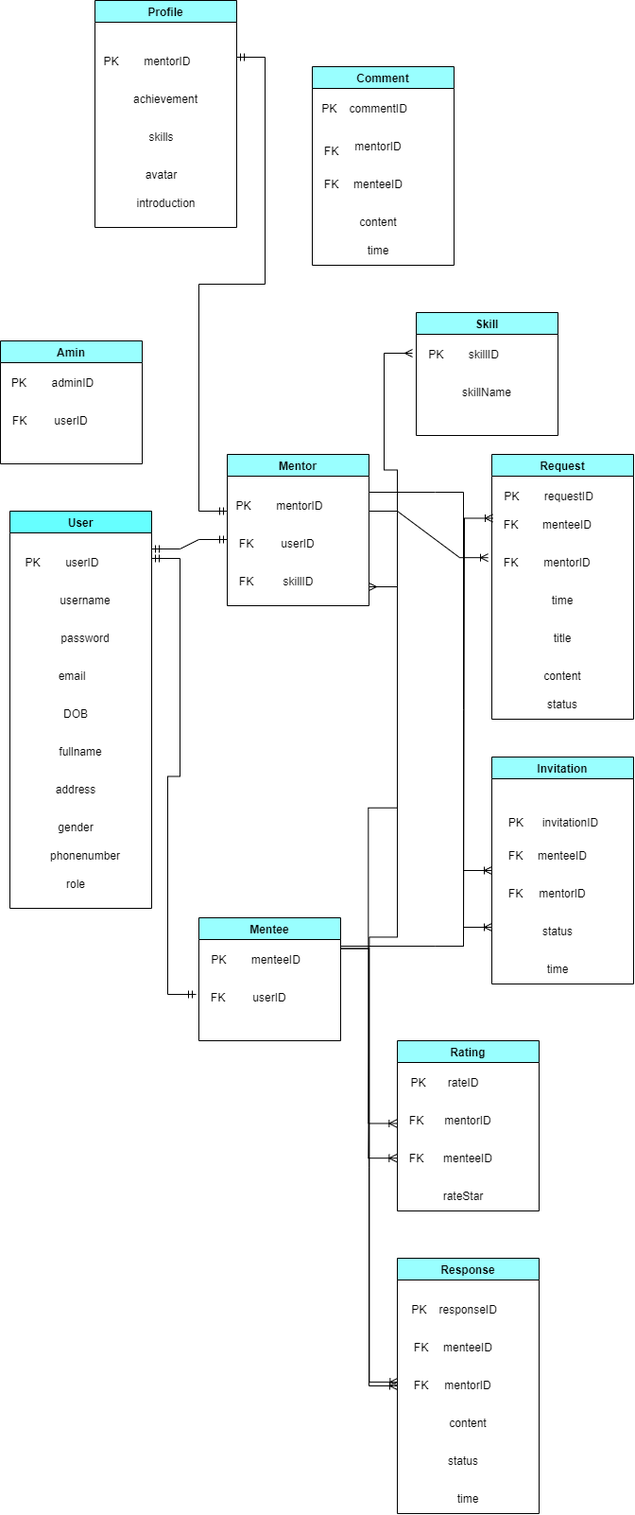
The draw.io diagram HappyProgramming_DB.drawio.png in dungdt23/SWP391_Document, before a commit. Source tidied: cells renumbered, new cells last; positions are measured from the earlier drawing's top-left corner, leaving out a move shared by most shapes.
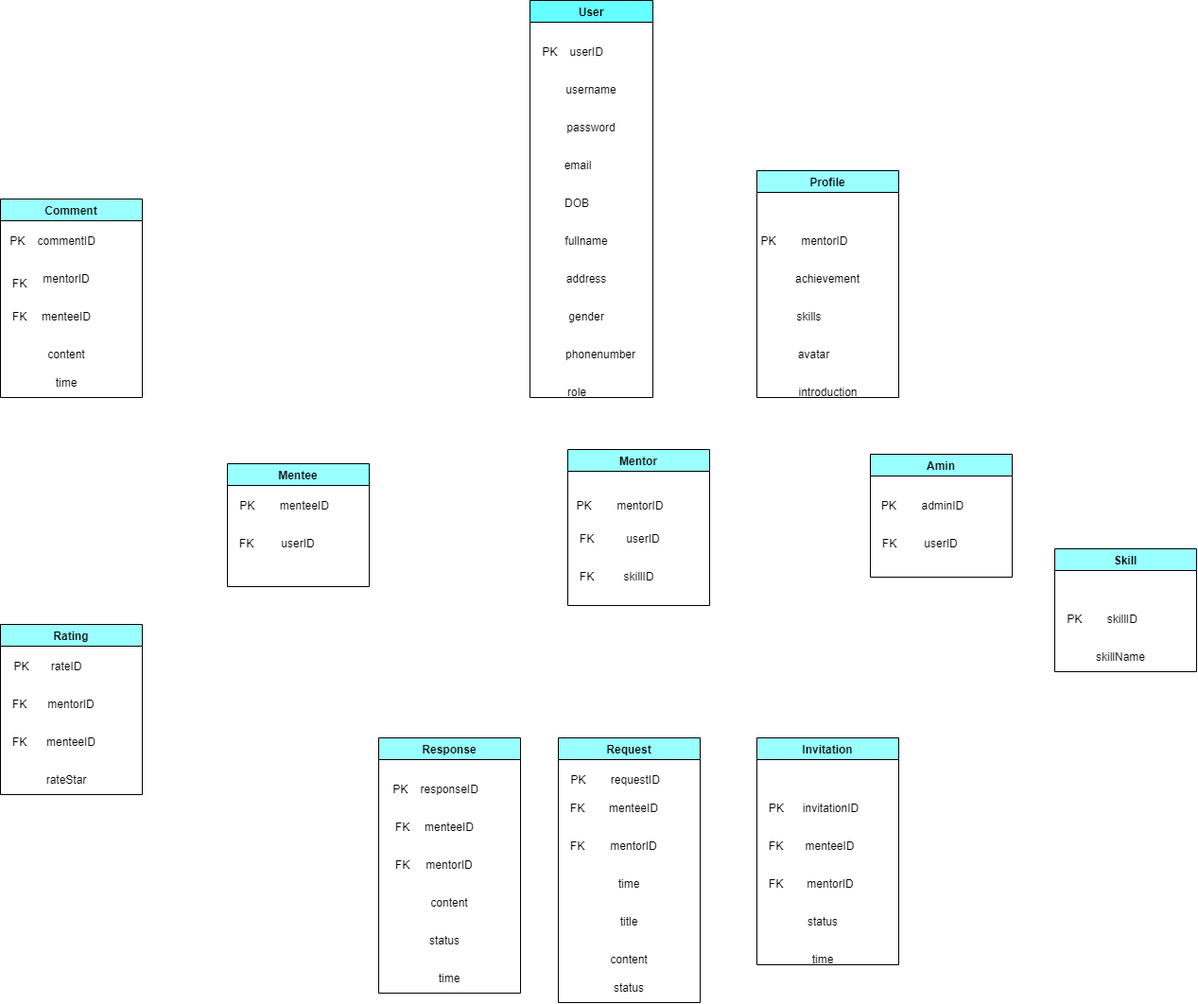
The same diagram one commit later.

The edit, as a diff of the source:
```diff
@@ -3,52 +3,52 @@
     <mxCell id="0" />
     <mxCell id="1" parent="0" />
     <mxCell id="2" value="User" style="swimlane;fillColor=#66FFFF;" parent="1" vertex="1">
-      <mxGeometry x="10" y="540" width="150" height="420" as="geometry" />
+      <mxGeometry x="280" y="-260" width="130" height="420" as="geometry" />
     </mxCell>
-    <mxCell id="3" value="PK&amp;nbsp;&amp;nbsp;&amp;nbsp;&amp;nbsp;&amp;nbsp;&amp;nbsp;&amp;nbsp; userID" style="text;html=1;align=center;verticalAlign=middle;strokeColor=none;fillColor=none;" parent="2" vertex="1">
-      <mxGeometry x="5" y="40" width="100" height="30" as="geometry" />
+    <mxCell id="3" value="PK&amp;nbsp; &amp;nbsp; userID" style="text;html=1;align=center;verticalAlign=middle;strokeColor=none;fillColor=none;" parent="2" vertex="1">
+      <mxGeometry y="40" width="90" height="30" as="geometry" />
     </mxCell>
     <mxCell id="4" value="username" style="text;html=1;strokeColor=none;fillColor=none;align=center;verticalAlign=middle;whiteSpace=wrap;rounded=0;" parent="2" vertex="1">
-      <mxGeometry x="50" y="80" width="60" height="30" as="geometry" />
+      <mxGeometry x="30" y="80" width="70" height="30" as="geometry" />
     </mxCell>
     <mxCell id="5" value="password" style="text;html=1;strokeColor=none;fillColor=none;align=center;verticalAlign=middle;whiteSpace=wrap;rounded=0;" parent="2" vertex="1">
-      <mxGeometry x="50" y="120" width="60" height="30" as="geometry" />
+      <mxGeometry x="30" y="120" width="70" height="30" as="geometry" />
     </mxCell>
     <mxCell id="6" value="&amp;nbsp;email&lt;span style=&quot;white-space: pre;&quot;&gt;&#9;&lt;/span&gt;" style="text;html=1;strokeColor=none;fillColor=none;align=center;verticalAlign=middle;whiteSpace=wrap;rounded=0;" parent="2" vertex="1">
-      <mxGeometry x="45" y="160" width="60" height="30" as="geometry" />
+      <mxGeometry x="30" y="160" width="60" height="30" as="geometry" />
     </mxCell>
     <mxCell id="7" value="DOB" style="text;html=1;strokeColor=none;fillColor=none;align=center;verticalAlign=middle;whiteSpace=wrap;rounded=0;" parent="2" vertex="1">
-      <mxGeometry x="40" y="200" width="60" height="30" as="geometry" />
+      <mxGeometry x="20" y="200" width="60" height="30" as="geometry" />
     </mxCell>
     <mxCell id="8" value="fullname" style="text;html=1;strokeColor=none;fillColor=none;align=center;verticalAlign=middle;whiteSpace=wrap;rounded=0;" parent="2" vertex="1">
-      <mxGeometry x="45" y="240" width="60" height="30" as="geometry" />
+      <mxGeometry x="30" y="240" width="60" height="30" as="geometry" />
     </mxCell>
     <mxCell id="9" value="address" style="text;html=1;strokeColor=none;fillColor=none;align=center;verticalAlign=middle;whiteSpace=wrap;rounded=0;" parent="2" vertex="1">
-      <mxGeometry x="40" y="280" width="60" height="30" as="geometry" />
+      <mxGeometry x="30" y="280" width="60" height="30" as="geometry" />
     </mxCell>
     <mxCell id="10" value="gender" style="text;html=1;strokeColor=none;fillColor=none;align=center;verticalAlign=middle;whiteSpace=wrap;rounded=0;" parent="2" vertex="1">
-      <mxGeometry x="40" y="320" width="60" height="30" as="geometry" />
+      <mxGeometry x="30" y="320" width="60" height="30" as="geometry" />
     </mxCell>
     <mxCell id="11" value="phonenumber" style="text;html=1;strokeColor=none;fillColor=none;align=center;verticalAlign=middle;whiteSpace=wrap;rounded=0;" parent="2" vertex="1">
-      <mxGeometry x="50" y="350" width="60" height="30" as="geometry" />
+      <mxGeometry x="45" y="360" width="60" height="30" as="geometry" />
     </mxCell>
     <mxCell id="12" value="role" style="text;html=1;strokeColor=none;fillColor=none;align=center;verticalAlign=middle;whiteSpace=wrap;rounded=0;" parent="2" vertex="1">
-      <mxGeometry x="40" y="380" width="60" height="30" as="geometry" />
+      <mxGeometry x="20" y="400" width="60" height="30" as="geometry" />
     </mxCell>
     <mxCell id="13" value="Amin" style="swimlane;fillColor=#99FFFF;" parent="1" vertex="1">
-      <mxGeometry y="360" width="150" height="130" as="geometry" />
+      <mxGeometry x="640" y="220" width="150" height="130" as="geometry" />
     </mxCell>
     <mxCell id="14" value="PK&amp;nbsp;&amp;nbsp;&amp;nbsp;&amp;nbsp;&amp;nbsp;&amp;nbsp;&amp;nbsp; adminID" style="text;html=1;align=center;verticalAlign=middle;strokeColor=none;fillColor=none;" parent="13" vertex="1">
-      <mxGeometry y="30" width="110" height="30" as="geometry" />
+      <mxGeometry y="40" width="110" height="30" as="geometry" />
     </mxCell>
     <mxCell id="15" value="userID" style="text;html=1;strokeColor=none;fillColor=none;align=center;verticalAlign=middle;whiteSpace=wrap;rounded=0;" parent="13" vertex="1">
-      <mxGeometry x="45" y="70" width="60" height="30" as="geometry" />
+      <mxGeometry x="45" y="80" width="60" height="30" as="geometry" />
     </mxCell>
     <mxCell id="16" value="FK" style="text;html=1;align=center;verticalAlign=middle;strokeColor=none;fillColor=none;" parent="13" vertex="1">
-      <mxGeometry y="70" width="40" height="30" as="geometry" />
+      <mxGeometry y="80" width="40" height="30" as="geometry" />
     </mxCell>
     <mxCell id="17" value="Mentee" style="swimlane;fillColor=#99FFFF;" parent="1" vertex="1">
-      <mxGeometry x="210" y="970" width="150" height="130" as="geometry" />
+      <mxGeometry x="-40" y="230" width="150" height="130" as="geometry" />
     </mxCell>
     <mxCell id="18" value="PK&amp;nbsp;&amp;nbsp;&amp;nbsp;&amp;nbsp;&amp;nbsp;&amp;nbsp;&amp;nbsp; menteeID" style="text;html=1;align=center;verticalAlign=middle;strokeColor=none;fillColor=none;" parent="17" vertex="1">
       <mxGeometry y="30" width="120" height="30" as="geometry" />
@@ -60,13 +60,13 @@
       <mxGeometry y="70" width="40" height="30" as="geometry" />
     </mxCell>
     <mxCell id="21" value="Mentor" style="swimlane;fillColor=#99FFFF;" parent="1" vertex="1">
-      <mxGeometry x="240" y="480" width="150" height="160" as="geometry" />
+      <mxGeometry x="320" y="215" width="150" height="165" as="geometry" />
     </mxCell>
     <mxCell id="22" value="PK&amp;nbsp;&amp;nbsp;&amp;nbsp;&amp;nbsp;&amp;nbsp;&amp;nbsp;&amp;nbsp; mentorID" style="text;html=1;align=center;verticalAlign=middle;strokeColor=none;fillColor=none;" parent="21" vertex="1">
-      <mxGeometry y="40" width="110" height="30" as="geometry" />
+      <mxGeometry y="45" width="110" height="30" as="geometry" />
     </mxCell>
     <mxCell id="23" value="userID" style="text;html=1;strokeColor=none;fillColor=none;align=center;verticalAlign=middle;whiteSpace=wrap;rounded=0;" parent="21" vertex="1">
-      <mxGeometry x="45" y="80" width="60" height="30" as="geometry" />
+      <mxGeometry x="50" y="80" width="60" height="30" as="geometry" />
     </mxCell>
     <mxCell id="24" value="FK" style="text;html=1;align=center;verticalAlign=middle;strokeColor=none;fillColor=none;" parent="21" vertex="1">
       <mxGeometry y="80" width="40" height="30" as="geometry" />
@@ -78,16 +78,16 @@
       <mxGeometry y="120" width="40" height="30" as="geometry" />
     </mxCell>
     <mxCell id="27" value="Skill" style="swimlane;startSize=23;fillColor=#99FFFF;" parent="1" vertex="1">
-      <mxGeometry x="440" y="330" width="150" height="130" as="geometry" />
+      <mxGeometry x="835" y="320" width="150" height="130" as="geometry" />
     </mxCell>
     <mxCell id="28" value="PK&amp;nbsp; &amp;nbsp; &amp;nbsp; &amp;nbsp; skillID" style="text;html=1;align=center;verticalAlign=middle;points=[];strokeColor=none;fillColor=none;" parent="27" vertex="1">
-      <mxGeometry y="30" width="100" height="30" as="geometry" />
+      <mxGeometry y="60" width="100" height="30" as="geometry" />
     </mxCell>
     <mxCell id="29" value="skillName" style="text;html=1;strokeColor=none;fillColor=none;align=center;verticalAlign=middle;whiteSpace=wrap;rounded=0;" parent="27" vertex="1">
-      <mxGeometry x="45" y="70" width="60" height="30" as="geometry" />
+      <mxGeometry x="40" y="100" width="60" height="30" as="geometry" />
     </mxCell>
     <mxCell id="30" value="Request" style="swimlane;fillColor=#99FFFF;" parent="1" vertex="1">
-      <mxGeometry x="520" y="480" width="150" height="280" as="geometry" />
+      <mxGeometry x="310" y="520" width="150" height="280" as="geometry" />
     </mxCell>
     <mxCell id="31" value="PK&amp;nbsp;&amp;nbsp;&amp;nbsp;&amp;nbsp;&amp;nbsp;&amp;nbsp;&amp;nbsp; requestID" style="text;html=1;align=center;verticalAlign=middle;strokeColor=none;fillColor=none;" parent="30" vertex="1">
       <mxGeometry y="30" width="120" height="30" as="geometry" />
@@ -117,7 +117,7 @@
       <mxGeometry x="45" y="140" width="60" height="30" as="geometry" />
     </mxCell>
     <mxCell id="40" value="Rating" style="swimlane;fillColor=#99FFFF;" parent="1" vertex="1">
-      <mxGeometry x="420" y="1100" width="150" height="180" as="geometry" />
+      <mxGeometry x="-280" y="400" width="150" height="180" as="geometry" />
     </mxCell>
     <mxCell id="41" value="PK&amp;nbsp;&amp;nbsp;&amp;nbsp;&amp;nbsp;&amp;nbsp;&amp;nbsp; rateID" style="text;html=1;align=center;verticalAlign=middle;strokeColor=none;fillColor=none;" parent="40" vertex="1">
       <mxGeometry x="5" y="30" width="90" height="30" as="geometry" />
@@ -138,31 +138,31 @@
       <mxGeometry x="40" y="150" width="60" height="30" as="geometry" />
     </mxCell>
     <mxCell id="47" value="Invitation" style="swimlane;fillColor=#99FFFF;" parent="1" vertex="1">
-      <mxGeometry x="520" y="800" width="150" height="240" as="geometry" />
+      <mxGeometry x="520" y="520" width="150" height="240" as="geometry" />
     </mxCell>
     <mxCell id="48" value="PK&amp;nbsp; &amp;nbsp; &amp;nbsp; invitationID" style="text;html=1;align=center;verticalAlign=middle;strokeColor=none;fillColor=none;" parent="47" vertex="1">
-      <mxGeometry x="5" y="55" width="120" height="30" as="geometry" />
+      <mxGeometry y="60" width="120" height="30" as="geometry" />
     </mxCell>
     <mxCell id="49" value="menteeID" style="text;html=1;strokeColor=none;fillColor=none;align=center;verticalAlign=middle;whiteSpace=wrap;rounded=0;" parent="47" vertex="1">
-      <mxGeometry x="45" y="90" width="60" height="30" as="geometry" />
+      <mxGeometry x="50" y="100" width="55" height="30" as="geometry" />
     </mxCell>
     <mxCell id="50" value="mentorID" style="text;html=1;strokeColor=none;fillColor=none;align=center;verticalAlign=middle;whiteSpace=wrap;rounded=0;" parent="47" vertex="1">
-      <mxGeometry x="45" y="130" width="60" height="30" as="geometry" />
+      <mxGeometry x="47.5" y="140" width="60" height="30" as="geometry" />
     </mxCell>
     <mxCell id="51" value="FK" style="text;html=1;align=center;verticalAlign=middle;strokeColor=none;fillColor=none;" parent="47" vertex="1">
-      <mxGeometry x="5" y="90" width="40" height="30" as="geometry" />
+      <mxGeometry y="100" width="40" height="30" as="geometry" />
     </mxCell>
     <mxCell id="52" value="FK" style="text;html=1;align=center;verticalAlign=middle;strokeColor=none;fillColor=none;" parent="47" vertex="1">
-      <mxGeometry x="5" y="130" width="40" height="30" as="geometry" />
+      <mxGeometry y="140" width="40" height="30" as="geometry" />
     </mxCell>
     <mxCell id="53" value="status" style="text;html=1;strokeColor=none;fillColor=none;align=center;verticalAlign=middle;whiteSpace=wrap;rounded=0;" parent="47" vertex="1">
-      <mxGeometry x="40" y="170" width="60" height="30" as="geometry" />
+      <mxGeometry x="40" y="180" width="60" height="30" as="geometry" />
     </mxCell>
     <mxCell id="54" value="time" style="text;html=1;strokeColor=none;fillColor=none;align=center;verticalAlign=middle;whiteSpace=wrap;rounded=0;" parent="47" vertex="1">
-      <mxGeometry x="40" y="210" width="60" height="30" as="geometry" />
+      <mxGeometry x="40" y="220" width="60" height="30" as="geometry" />
     </mxCell>
     <mxCell id="55" value="Response" style="swimlane;fillColor=#99FFFF;" parent="1" vertex="1">
-      <mxGeometry x="420" y="1330" width="150" height="270" as="geometry" />
+      <mxGeometry x="120" y="520" width="150" height="270" as="geometry" />
     </mxCell>
     <mxCell id="56" value="PK&amp;nbsp; &amp;nbsp; responseID" style="text;html=1;align=center;verticalAlign=middle;strokeColor=none;fillColor=none;" parent="55" vertex="1">
       <mxGeometry x="5" y="40" width="110" height="30" as="geometry" />
@@ -189,7 +189,7 @@
       <mxGeometry x="45" y="240" width="60" height="30" as="geometry" />
     </mxCell>
     <mxCell id="64" value="Comment" style="swimlane;fillColor=#99FFFF;" parent="1" vertex="1">
-      <mxGeometry x="330" y="70" width="150" height="210" as="geometry" />
+      <mxGeometry x="-280" y="-50" width="150" height="210" as="geometry" />
     </mxCell>
     <mxCell id="65" value="PK&amp;nbsp; &amp;nbsp; commentID" style="text;html=1;align=center;verticalAlign=middle;strokeColor=none;fillColor=none;" parent="64" vertex="1">
       <mxGeometry y="30" width="110" height="30" as="geometry" />
@@ -213,86 +213,22 @@
       <mxGeometry x="40" y="180" width="60" height="30" as="geometry" />
     </mxCell>
     <mxCell id="72" value="Profile" style="swimlane;fillColor=#99FFFF;" parent="1" vertex="1">
-      <mxGeometry x="100" width="150" height="240" as="geometry" />
+      <mxGeometry x="520" y="-80" width="150" height="240" as="geometry" />
     </mxCell>
     <mxCell id="73" value="PK&amp;nbsp;&amp;nbsp;&amp;nbsp;&amp;nbsp;&amp;nbsp;&amp;nbsp;&amp;nbsp; mentorID" style="text;html=1;align=center;verticalAlign=middle;strokeColor=none;fillColor=none;" parent="72" vertex="1">
-      <mxGeometry y="50" width="110" height="30" as="geometry" />
+      <mxGeometry x="-5" y="60" width="110" height="30" as="geometry" />
     </mxCell>
     <mxCell id="74" value="achievement" style="text;html=1;strokeColor=none;fillColor=none;align=center;verticalAlign=middle;whiteSpace=wrap;rounded=0;" parent="72" vertex="1">
-      <mxGeometry x="45" y="90" width="60" height="30" as="geometry" />
+      <mxGeometry x="45" y="100" width="60" height="30" as="geometry" />
     </mxCell>
     <mxCell id="75" value="skills" style="text;html=1;align=center;verticalAlign=middle;strokeColor=none;fillColor=none;" parent="72" vertex="1">
-      <mxGeometry x="45" y="130" width="50" height="30" as="geometry" />
+      <mxGeometry x="30" y="140" width="50" height="30" as="geometry" />
     </mxCell>
     <mxCell id="76" value="avatar" style="text;html=1;align=center;verticalAlign=middle;strokeColor=none;fillColor=none;" parent="72" vertex="1">
-      <mxGeometry x="40" y="170" width="60" height="30" as="geometry" />
+      <mxGeometry x="30" y="180" width="60" height="30" as="geometry" />
     </mxCell>
     <mxCell id="77" value="introduction" style="text;html=1;align=center;verticalAlign=middle;strokeColor=none;fillColor=none;" parent="72" vertex="1">
-      <mxGeometry x="30" y="200" width="90" height="30" as="geometry" />
+      <mxGeometry x="30" y="220" width="90" height="30" as="geometry" />
     </mxCell>
-    <mxCell id="78" style="edgeStyle=entityRelationEdgeStyle;fontSize=12;html=1;endArrow=ERmandOne;startArrow=ERmandOne;rounded=0;" parent="1" edge="1">
-      <mxGeometry relative="1" as="geometry">
-        <mxPoint x="160" y="580" as="sourcePoint" />
-        <mxPoint x="240" y="570" as="targetPoint" />
-      </mxGeometry>
-    </mxCell>
-    <mxCell id="79" style="edgeStyle=entityRelationEdgeStyle;fontSize=12;html=1;endArrow=ERmandOne;startArrow=ERmandOne;rounded=0;entryX=-0.075;entryY=0.367;entryDx=0;entryDy=0;entryPerimeter=0;" parent="1" edge="1" target="20">
-      <mxGeometry relative="1" as="geometry">
-        <mxPoint x="160" y="590" as="sourcePoint" />
-      </mxGeometry>
-    </mxCell>
-    <mxCell id="80" style="edgeStyle=entityRelationEdgeStyle;fontSize=12;html=1;endArrow=ERmany;startArrow=ERmany;rounded=0;entryX=-0.04;entryY=0.433;entryDx=0;entryDy=0;entryPerimeter=0;" parent="1" edge="1" target="28">
-      <mxGeometry relative="1" as="geometry">
-        <mxPoint x="390" y="620" as="sourcePoint" />
-      </mxGeometry>
-    </mxCell>
-    <mxCell id="81" style="edgeStyle=entityRelationEdgeStyle;fontSize=12;html=1;endArrow=ERmandOne;startArrow=ERmandOne;rounded=0;exitX=1;exitY=0.25;exitDx=0;exitDy=0;" parent="1" edge="1" source="72">
-      <mxGeometry relative="1" as="geometry">
-        <mxPoint x="240" y="540" as="targetPoint" />
-      </mxGeometry>
-    </mxCell>
-    <mxCell id="82" style="edgeStyle=entityRelationEdgeStyle;fontSize=12;html=1;endArrow=ERoneToMany;rounded=0;entryX=-0.116;entryY=0.363;entryDx=0;entryDy=0;exitX=1;exitY=0.25;exitDx=0;exitDy=0;entryPerimeter=0;" parent="1" edge="1" source="21" target="60">
-      <mxGeometry relative="1" as="geometry" />
-    </mxCell>
-    <mxCell id="83" style="edgeStyle=entityRelationEdgeStyle;fontSize=12;html=1;endArrow=ERoneToMany;rounded=0;entryX=0;entryY=0.5;entryDx=0;entryDy=0;exitX=1;exitY=0.25;exitDx=0;exitDy=0;" parent="1" edge="1" source="17" target="55">
-      <mxGeometry relative="1" as="geometry" />
-    </mxCell>
-    <mxCell id="84" style="edgeStyle=entityRelationEdgeStyle;fontSize=12;html=1;endArrow=ERoneToMany;rounded=0;entryX=-0.017;entryY=0.472;entryDx=0;entryDy=0;entryPerimeter=0;exitX=1;exitY=0.25;exitDx=0;exitDy=0;" parent="1" edge="1" source="17" target="45">
-      <mxGeometry relative="1" as="geometry" />
-    </mxCell>
-    <mxCell id="85" style="edgeStyle=entityRelationEdgeStyle;fontSize=12;html=1;endArrow=ERoneToMany;rounded=0;entryX=-0.017;entryY=0.583;entryDx=0;entryDy=0;entryPerimeter=0;exitX=1;exitY=0.25;exitDx=0;exitDy=0;" parent="1" edge="1" source="21" target="43">
-      <mxGeometry relative="1" as="geometry" />
-    </mxCell>
-    <mxCell id="86" style="edgeStyle=entityRelationEdgeStyle;fontSize=12;html=1;endArrow=ERoneToMany;rounded=0;entryX=0;entryY=0.5;entryDx=0;entryDy=0;" parent="1" edge="1" target="47">
-      <mxGeometry relative="1" as="geometry">
-        <mxPoint x="460" y="1000" as="sourcePoint" />
-      </mxGeometry>
-    </mxCell>
-    <mxCell id="87" style="endArrow=none;html=1;rounded=0;" parent="1" edge="1">
-      <mxGeometry relative="1" as="geometry">
-        <mxPoint x="460" y="1000" as="sourcePoint" />
-        <mxPoint x="360" y="1000" as="targetPoint" />
-      </mxGeometry>
-    </mxCell>
-    <mxCell id="88" style="edgeStyle=entityRelationEdgeStyle;fontSize=12;html=1;endArrow=ERoneToMany;rounded=0;entryX=0;entryY=0.75;entryDx=0;entryDy=0;" parent="1" edge="1" target="47">
-      <mxGeometry relative="1" as="geometry">
-        <mxPoint x="460" y="520" as="sourcePoint" />
-      </mxGeometry>
-    </mxCell>
-    <mxCell id="89" style="endArrow=none;html=1;rounded=0;exitX=1;exitY=0.25;exitDx=0;exitDy=0;" parent="1" edge="1" source="21">
-      <mxGeometry relative="1" as="geometry">
-        <mxPoint x="460" y="520" as="targetPoint" />
-      </mxGeometry>
-    </mxCell>
-    <mxCell id="90" style="edgeStyle=entityRelationEdgeStyle;fontSize=12;html=1;endArrow=ERoneToMany;rounded=0;entryX=-0.1;entryY=0.306;entryDx=0;entryDy=0;entryPerimeter=0;" parent="1" edge="1" target="35">
-      <mxGeometry relative="1" as="geometry">
-        <mxPoint x="390" y="540" as="sourcePoint" />
-      </mxGeometry>
-    </mxCell>
-    <mxCell id="91" style="edgeStyle=entityRelationEdgeStyle;fontSize=12;html=1;endArrow=ERoneToMany;rounded=0;entryX=0.025;entryY=0.25;entryDx=0;entryDy=0;entryPerimeter=0;" parent="1" edge="1" target="34">
-      <mxGeometry relative="1" as="geometry">
-        <mxPoint x="460" y="1000" as="sourcePoint" />
-      </mxGeometry>
-    </mxCell>
   </root>
 </mxGraphModel>
```
